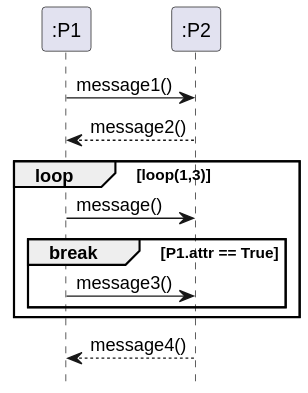
Before: out/plant_uml/breakOperatorExample/breakOperatorExample.svg, a diagram exported from PlantUML (gigl-uml/Guide_uml_polymtl).
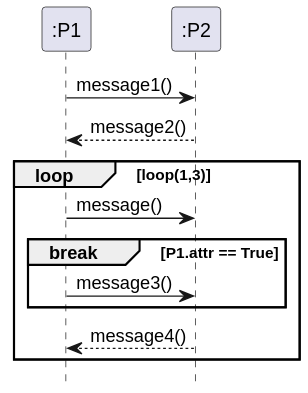
Later version of the same file.

The edit, as a diff of the source:
```diff
@@ -16,7 +16,6 @@
     P1 -> P2 : message3()
   end
 
+  P2 --> P1 : message4()
 end
-
-P2 --> P1 : message4()
 @enduml
```
